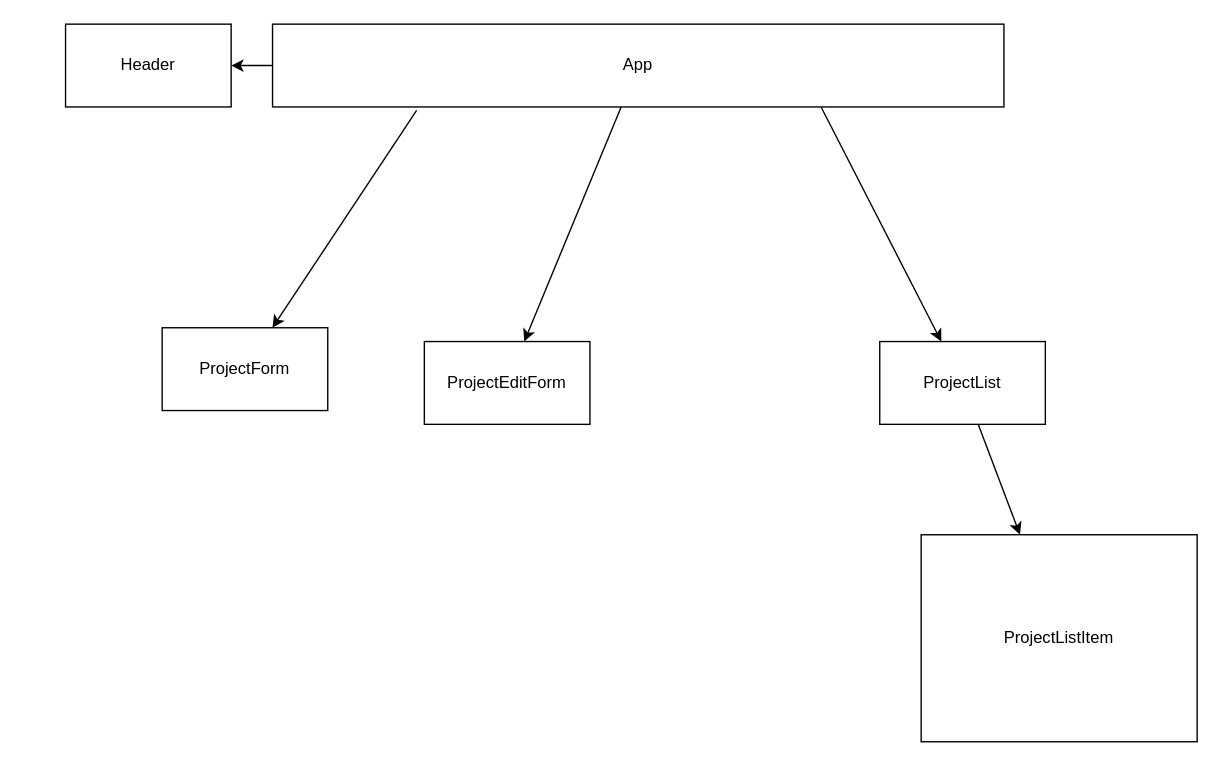
The draw.io diagram react-tree.drawio in rachelAtFlatiron/EAST-SE-041023-Phase-2-React, before the edit. Source tidied: cells renumbered, new cells numbered last; positions are measured from the earlier drawing's top-left corner, leaving out a move shared by most shapes. Both pictures are drawn from the tidied source at 138%, with x=0, y=0 at pixel (65, 23).
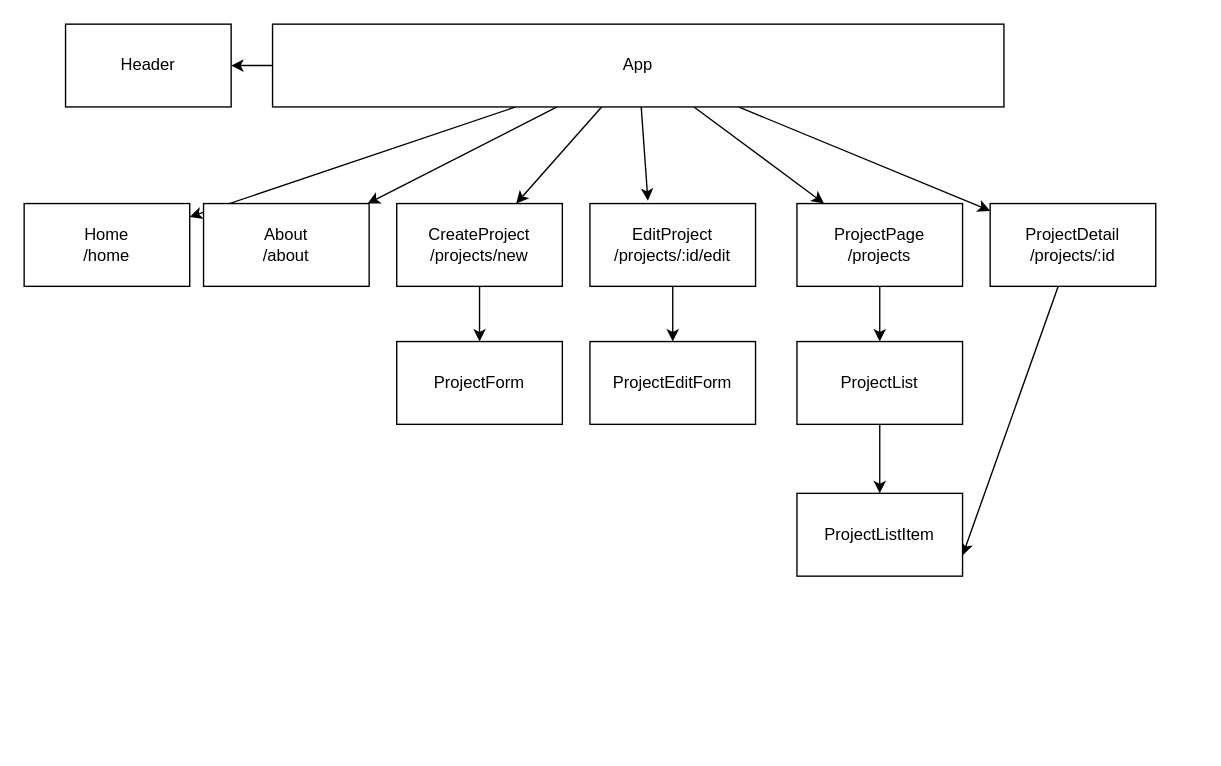
Above is the later version.

Commit message (it also covers changes not shown here):
react-tree and readme

The change refers to these unchanged cells:
```xml
<mxCell id="6" value="App" style="whiteSpace=wrap;html=1;" parent="1" vertex="1">
  <mxGeometry x="150" width="530" height="60" as="geometry" />
</mxCell>
```

Diff of the diagram source:
```diff
@@
-    <mxCell id="3" style="edgeStyle=none;html=1;exitX=0.197;exitY=1.042;exitDx=0;exitDy=0;exitPerimeter=0;" parent="1" edge="1" source="6" target="8">
-      <mxGeometry relative="1" as="geometry" />
-    </mxCell>
-    <mxCell id="4" style="edgeStyle=none;html=1;exitX=0.75;exitY=1;exitDx=0;exitDy=0;" parent="1" edge="1" source="6" target="10">
-      <mxGeometry relative="1" as="geometry" />
-    </mxCell>
-    <mxCell id="5" style="edgeStyle=none;html=1;" parent="1" edge="1" source="6" target="12">
-      <mxGeometry relative="1" as="geometry" />
-    </mxCell>
+    <mxCell id="13" style="edgeStyle=none;html=1;" parent="1" edge="1" source="6" target="19">
+      <mxGeometry relative="1" as="geometry" />
+    </mxCell>
+    <mxCell id="14" style="edgeStyle=none;html=1;" parent="1" edge="1" source="6" target="20">
+      <mxGeometry relative="1" as="geometry" />
+    </mxCell>
+    <mxCell id="15" style="edgeStyle=none;html=1;" parent="1" edge="1" source="6" target="22">
+      <mxGeometry relative="1" as="geometry" />
+    </mxCell>
+    <mxCell id="16" style="edgeStyle=none;html=1;entryX=0.35;entryY=-0.033;entryDx=0;entryDy=0;entryPerimeter=0;" parent="1" edge="1" source="6" target="24">
+      <mxGeometry relative="1" as="geometry" />
+    </mxCell>
+    <mxCell id="17" style="edgeStyle=none;html=1;" parent="1" edge="1" source="6" target="28">
+      <mxGeometry relative="1" as="geometry" />
+    </mxCell>
+    <mxCell id="18" style="edgeStyle=none;html=1;" parent="1" edge="1" source="6" target="26">
+      <mxGeometry relative="1" as="geometry" />
+    </mxCell>
@@
-    <mxCell id="8" value="ProjectForm" style="whiteSpace=wrap;html=1;" parent="1" vertex="1">
-      <mxGeometry x="70" y="220" width="120" height="60" as="geometry" />
-    </mxCell>
+    <mxCell id="19" value="Home&lt;br&gt;/home" style="whiteSpace=wrap;html=1;" parent="1" vertex="1">
+      <mxGeometry x="-30" y="130" width="120" height="60" as="geometry" />
+    </mxCell>
+    <mxCell id="20" value="About&lt;br&gt;/about" style="whiteSpace=wrap;html=1;" parent="1" vertex="1">
+      <mxGeometry x="100" y="130" width="120" height="60" as="geometry" />
+    </mxCell>
+    <mxCell id="21" style="edgeStyle=none;html=1;" parent="1" edge="1" source="22" target="8">
+      <mxGeometry relative="1" as="geometry" />
+    </mxCell>
+    <mxCell id="22" value="CreateProject&lt;br&gt;/projects/new" style="whiteSpace=wrap;html=1;" parent="1" vertex="1">
+      <mxGeometry x="240" y="130" width="120" height="60" as="geometry" />
+    </mxCell>
+    <mxCell id="23" style="edgeStyle=none;html=1;" parent="1" edge="1" source="24" target="12">
+      <mxGeometry relative="1" as="geometry" />
+    </mxCell>
+    <mxCell id="24" value="EditProject&lt;br&gt;/projects/:id/edit" style="whiteSpace=wrap;html=1;" parent="1" vertex="1">
+      <mxGeometry x="380" y="130" width="120" height="60" as="geometry" />
+    </mxCell>
+    <mxCell id="25" style="edgeStyle=none;html=1;entryX=1;entryY=0.75;entryDx=0;entryDy=0;" parent="1" edge="1" source="26" target="11">
+      <mxGeometry relative="1" as="geometry" />
+    </mxCell>
+    <mxCell id="26" value="ProjectDetail&lt;br&gt;/projects/:id" style="whiteSpace=wrap;html=1;" parent="1" vertex="1">
+      <mxGeometry x="670" y="130" width="120" height="60" as="geometry" />
+    </mxCell>
+    <mxCell id="27" style="edgeStyle=none;html=1;" parent="1" edge="1" source="28" target="10">
+      <mxGeometry relative="1" as="geometry" />
+    </mxCell>
+    <mxCell id="28" value="ProjectPage&lt;br&gt;/projects" style="whiteSpace=wrap;html=1;" parent="1" vertex="1">
+      <mxGeometry x="530" y="130" width="120" height="60" as="geometry" />
+    </mxCell>
@@
     <mxCell id="10" value="ProjectList" style="whiteSpace=wrap;html=1;" parent="1" vertex="1">
-      <mxGeometry x="590" y="230" width="120" height="60" as="geometry" />
+      <mxGeometry x="530" y="230" width="120" height="60" as="geometry" />
     </mxCell>
     <mxCell id="11" value="ProjectListItem" style="whiteSpace=wrap;html=1;" parent="1" vertex="1">
-      <mxGeometry x="620" y="370" width="200" height="150" as="geometry" />
+      <mxGeometry x="530" y="340" width="120" height="60" as="geometry" />
     </mxCell>
     <mxCell id="12" value="ProjectEditForm" style="whiteSpace=wrap;html=1;" parent="1" vertex="1">
-      <mxGeometry x="260" y="230" width="120" height="60" as="geometry" />
+      <mxGeometry x="380" y="230" width="120" height="60" as="geometry" />
     </mxCell>
+    <mxCell id="8" value="ProjectForm" style="whiteSpace=wrap;html=1;" parent="1" vertex="1">
+      <mxGeometry x="240" y="230" width="120" height="60" as="geometry" />
+    </mxCell>
```
